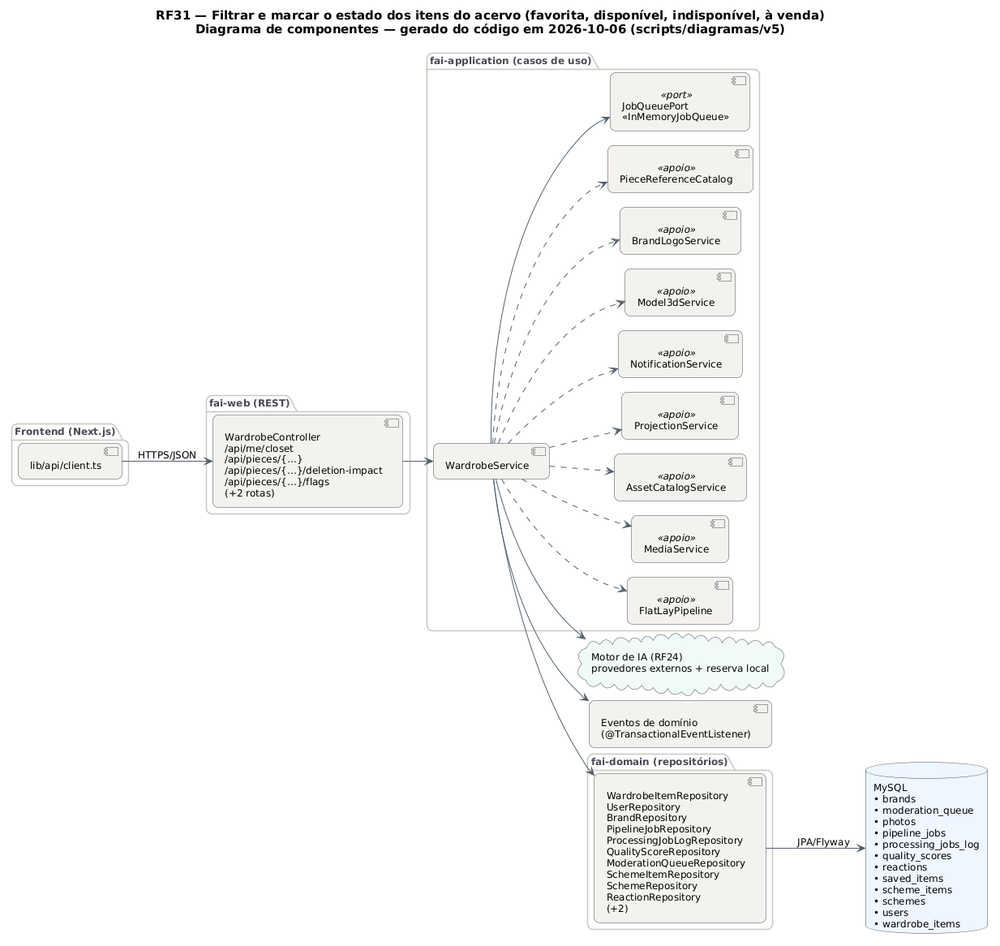
MatheusHaliski/tcc-2026-fashion-ai-backend keeps this PlantUML diagram as docs/diagramas/RF31/RF31_Componentes.png. Above is the earlier version. Source of this version:
```plantuml
@startuml RF31_Componentes
!pragma layout smetana
skinparam backgroundColor #FFFFFF
skinparam shadowing false
skinparam defaultFontName "DejaVu Sans"
skinparam defaultFontSize 12
skinparam titleFontSize 15
skinparam roundcorner 14
skinparam ArrowColor #52606D
skinparam note {
  BackgroundColor #FFFDEB
  BorderColor #D8CE78
  FontColor #554F24
}
skinparam component {
  BackgroundColor #F4F2EF
  BorderColor #4A4852
}
skinparam package {
  BorderColor #CBC6BE
  FontColor #4A4852
}
skinparam database {
  BackgroundColor #EEF6FF
  BorderColor #4A4852
}
skinparam cloud {
  BackgroundColor #F0FBF6
  BorderColor #4A4852
}
left to right direction
title RF31 — Filtrar e marcar o estado dos itens do acervo (favorita, disponível, indisponível, à venda)\nDiagrama de componentes — gerado do código em 2026-10-06 (scripts/diagramas/v5)

package "Frontend (Next.js)" {
  component "lib/api/client.ts" as APIC
}
package "fai-web (REST)" {
  component "WardrobeController\n/api/me/closet\n/api/pieces/{…}\n/api/pieces/{…}/deletion-impact\n/api/pieces/{…}/flags\n(+2 rotas)" as WardrobeController
}
package "fai-application (casos de uso)" {
  component "WardrobeService" as WardrobeService
  component "FlatLayPipeline" as FlatLayPipeline <<apoio>>
  component "MediaService" as MediaService <<apoio>>
  component "AssetCatalogService" as AssetCatalogService <<apoio>>
  component "ProjectionService" as ProjectionService <<apoio>>
  component "NotificationService" as NotificationService <<apoio>>
  component "Model3dService" as Model3dService <<apoio>>
  component "BrandLogoService" as BrandLogoService <<apoio>>
  component "PieceReferenceCatalog" as PieceReferenceCatalog <<apoio>>
  component "JobQueuePort\n«InMemoryJobQueue»" as JobQueuePort <<port>>
}
package "fai-domain (repositórios)" {
  component "WardrobeItemRepository\nUserRepository\nBrandRepository\nPipelineJobRepository\nProcessingJobLogRepository\nQualityScoreRepository\nModerationQueueRepository\nSchemeItemRepository\nSchemeRepository\nReactionRepository\n(+2)" as REPO_MySQL
}
database "MySQL\n• brands\n• moderation_queue\n• photos\n• pipeline_jobs\n• processing_jobs_log\n• quality_scores\n• reactions\n• saved_items\n• scheme_items\n• schemes\n• users\n• wardrobe_items" as DB_MySQL
cloud "Motor de IA (RF24)\nprovedores externos + reserva local" as AI
component "Eventos de domínio\n(@TransactionalEventListener)" as EV
APIC --> WardrobeController : HTTPS/JSON
REPO_MySQL --> DB_MySQL : JPA/Flyway
WardrobeController --> WardrobeService
WardrobeService --> AI
WardrobeService --> EV
WardrobeService --> JobQueuePort
WardrobeService --> REPO_MySQL
WardrobeService ..> AssetCatalogService
WardrobeService ..> BrandLogoService
WardrobeService ..> FlatLayPipeline
WardrobeService ..> MediaService
WardrobeService ..> Model3dService
WardrobeService ..> NotificationService
WardrobeService ..> PieceReferenceCatalog
WardrobeService ..> ProjectionService
@enduml
```
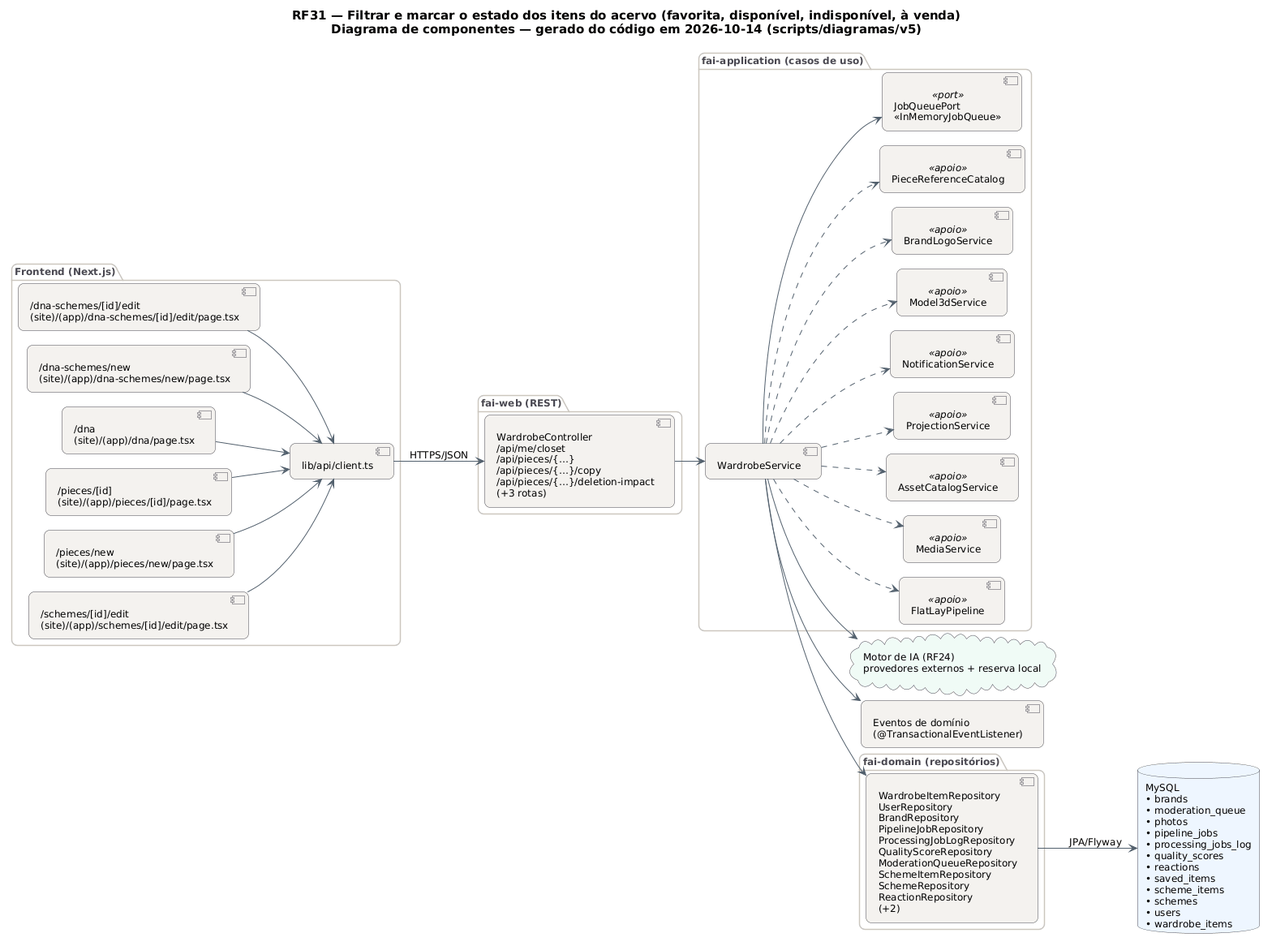
Above is the later version.

What changed in the source:
```diff
@@ -29,13 +29,19 @@
   BorderColor #4A4852
 }
 left to right direction
-title RF31 — Filtrar e marcar o estado dos itens do acervo (favorita, disponível, indisponível, à venda)\nDiagrama de componentes — gerado do código em 2026-10-06 (scripts/diagramas/v5)
+title RF31 — Filtrar e marcar o estado dos itens do acervo (favorita, disponível, indisponível, à venda)\nDiagrama de componentes — gerado do código em 2026-10-14 (scripts/diagramas/v5)
 
 package "Frontend (Next.js)" {
+  component "/dna-schemes/[id]/edit\n(site)/(app)/dna-schemes/[id]/edit/page.tsx" as FE0
+  component "/dna-schemes/new\n(site)/(app)/dna-schemes/new/page.tsx" as FE1
+  component "/dna\n(site)/(app)/dna/page.tsx" as FE2
+  component "/pieces/[id]\n(site)/(app)/pieces/[id]/page.tsx" as FE3
+  component "/pieces/new\n(site)/(app)/pieces/new/page.tsx" as FE4
+  component "/schemes/[id]/edit\n(site)/(app)/schemes/[id]/edit/page.tsx" as FE5
   component "lib/api/client.ts" as APIC
 }
 package "fai-web (REST)" {
-  component "WardrobeController\n/api/me/closet\n/api/pieces/{…}\n/api/pieces/{…}/deletion-impact\n/api/pieces/{…}/flags\n(+2 rotas)" as WardrobeController
+  component "WardrobeController\n/api/me/closet\n/api/pieces/{…}\n/api/pieces/{…}/copy\n/api/pieces/{…}/deletion-impact\n(+3 rotas)" as WardrobeController
 }
 package "fai-application (casos de uso)" {
   component "WardrobeService" as WardrobeService
@@ -56,6 +62,12 @@
 cloud "Motor de IA (RF24)\nprovedores externos + reserva local" as AI
 component "Eventos de domínio\n(@TransactionalEventListener)" as EV
 APIC --> WardrobeController : HTTPS/JSON
+FE0 --> APIC
+FE1 --> APIC
+FE2 --> APIC
+FE3 --> APIC
+FE4 --> APIC
+FE5 --> APIC
 REPO_MySQL --> DB_MySQL : JPA/Flyway
 WardrobeController --> WardrobeService
 WardrobeService --> AI
```
